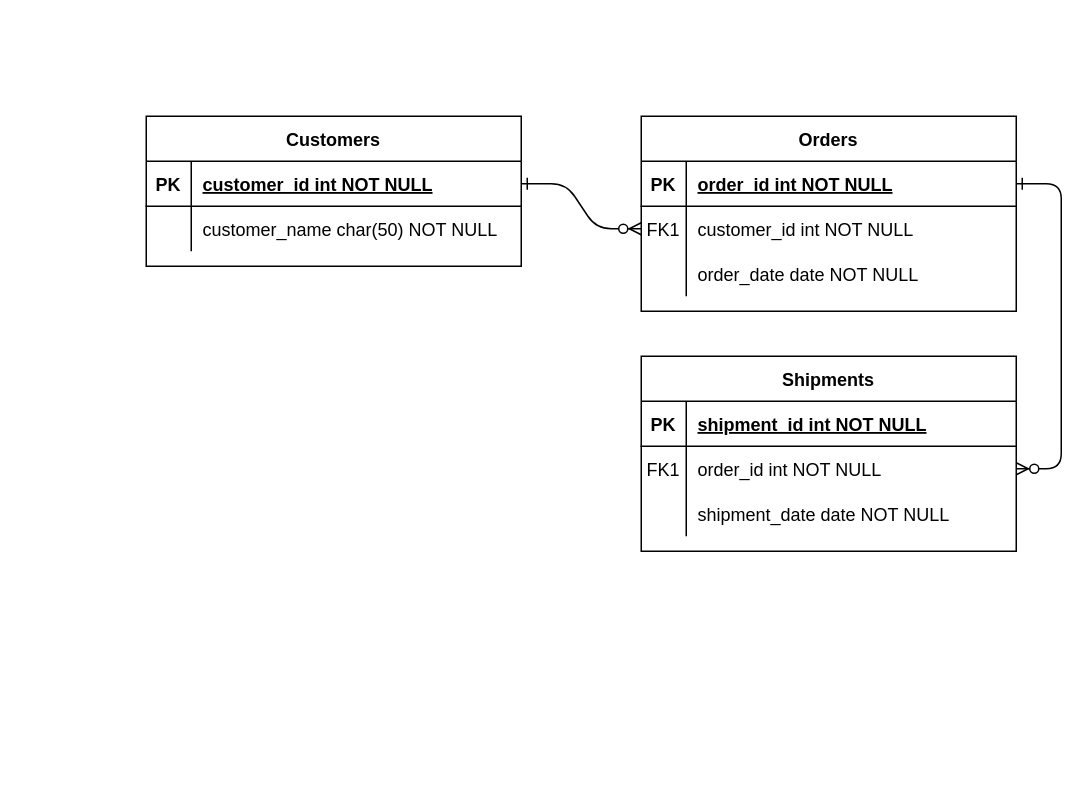
This is bd.drawio from cyberfantom2000/training_schedule_bot, a draw.io file, before an edit. Source tidied: cells renumbered, new cells numbered last; positions are measured from the earlier drawing's top-left corner, leaving out a move shared by most shapes. Both pictures are drawn from the tidied source at 150%, with x=0, y=0 at pixel (146, 116).
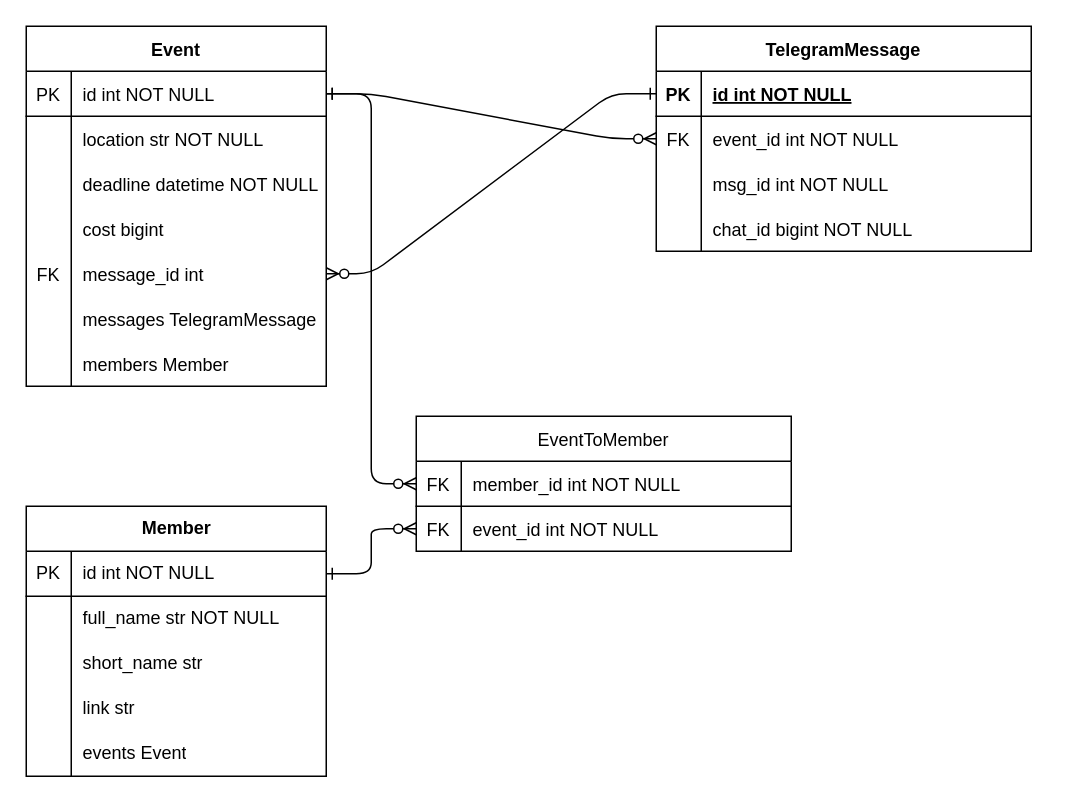
Above is the later version.

Unchanged cells that the change refers to:
```xml
<mxCell id="5" style="shape=partialRectangle;fillColor=none;points=[[0,0.5],[1,0.5]];portConstraint=eastwest;top=0;left=0;right=0;bottom=1;" parent="4" vertex="1">
  <mxGeometry y="30" width="250" height="30" as="geometry" />
</mxCell>
<mxCell id="8" style="shape=partialRectangle;fillColor=none;points=[[0,0.5],[1,0.5]];portConstraint=eastwest;top=0;left=0;right=0;bottom=0;" parent="4" vertex="1">
  <mxGeometry y="60" width="250" height="30" as="geometry" />
</mxCell>
<mxCell id="11" style="shape=partialRectangle;fillColor=none;top=0;left=0;right=0;bottom=0;" parent="4" vertex="1">
  <mxGeometry y="90" width="250" height="30" as="geometry" />
</mxCell>
```

The edit, as a diff of the source:
```diff
@@
-    <mxCell id="2" style="edgeStyle=entityRelationEdgeStyle;endArrow=ERzeroToMany;startArrow=ERone;endFill=1;startFill=0;" parent="1" edge="1" source="25" target="8">
-      <mxGeometry relative="1" as="geometry" />
-    </mxCell>
-    <mxCell id="3" style="edgeStyle=entityRelationEdgeStyle;endArrow=ERzeroToMany;startArrow=ERone;endFill=1;startFill=0;" parent="1" edge="1" source="5" target="18">
-      <mxGeometry relative="1" as="geometry" />
-    </mxCell>
-    <mxCell id="4" value="Orders" style="shape=table;startSize=30;childLayout=tableLayout;rowLines=0;fontStyle=1;align=center;" parent="1" vertex="1">
-      <mxGeometry x="330" width="250" height="130" as="geometry" />
+    <mxCell id="4" value="TelegramMessage" style="shape=table;startSize=30;childLayout=tableLayout;rowLines=0;fontStyle=1;align=center;" parent="1" vertex="1">
+      <mxGeometry x="340" y="-60" width="250" height="150" as="geometry" />
     </mxCell>
@@
-    <mxCell id="7" value="order_id int NOT NULL " style="shape=partialRectangle;overflow=hidden;fillColor=none;top=0;left=0;bottom=0;right=0;align=left;spacingLeft=6;fontStyle=5;" parent="5" vertex="1">
+    <mxCell id="7" value="id int NOT NULL" style="shape=partialRectangle;overflow=hidden;fillColor=none;top=0;left=0;bottom=0;right=0;align=left;spacingLeft=6;fontStyle=5;" parent="5" vertex="1">
       <mxGeometry x="30" width="220" height="30" as="geometry" />
     </mxCell>
@@
-    <mxCell id="9" value="FK1" style="shape=partialRectangle;overflow=hidden;fillColor=none;top=0;left=0;bottom=0;right=0;" parent="8" vertex="1">
+    <mxCell id="9" value="FK" style="shape=partialRectangle;overflow=hidden;fillColor=none;top=0;left=0;bottom=0;right=0;" parent="8" vertex="1">
       <mxGeometry width="30" height="30" as="geometry" />
     </mxCell>
-    <mxCell id="10" value="customer_id int NOT NULL" style="shape=partialRectangle;overflow=hidden;fillColor=none;top=0;left=0;bottom=0;right=0;align=left;spacingLeft=6;" parent="8" vertex="1">
+    <mxCell id="10" value="event_id int NOT NULL" style="shape=partialRectangle;overflow=hidden;fillColor=none;top=0;left=0;bottom=0;right=0;align=left;spacingLeft=6;" parent="8" vertex="1">
       <mxGeometry x="30" width="220" height="30" as="geometry" />
     </mxCell>
@@
-    <mxCell id="13" value="order_date date NOT NULL" style="shape=partialRectangle;overflow=hidden;fillColor=none;top=0;left=0;bottom=0;right=0;align=left;spacingLeft=6;" parent="11" vertex="1">
+    <mxCell id="13" value="msg_id int NOT NULL" style="shape=partialRectangle;overflow=hidden;fillColor=none;top=0;left=0;bottom=0;right=0;align=left;spacingLeft=6;" parent="11" vertex="1">
       <mxGeometry x="30" width="220" height="30" as="geometry" />
     </mxCell>
-    <mxCell id="14" value="Shipments" style="shape=table;startSize=30;childLayout=tableLayout;rowLines=0;fontStyle=1;align=center;" parent="1" vertex="1">
-      <mxGeometry x="330" y="160" width="250" height="130" as="geometry" />
-    </mxCell>
-    <mxCell id="15" style="shape=partialRectangle;fillColor=none;points=[[0,0.5],[1,0.5]];portConstraint=eastwest;top=0;left=0;right=0;bottom=1;" parent="14" vertex="1">
-      <mxGeometry y="30" width="250" height="30" as="geometry" />
-    </mxCell>
-    <mxCell id="16" value="PK" style="shape=partialRectangle;overflow=hidden;fillColor=none;top=0;left=0;bottom=0;right=0;fontStyle=1;" parent="15" vertex="1">
-      <mxGeometry width="30" height="30" as="geometry" />
-    </mxCell>
-    <mxCell id="17" value="shipment_id int NOT NULL " style="shape=partialRectangle;overflow=hidden;fillColor=none;top=0;left=0;bottom=0;right=0;align=left;spacingLeft=6;fontStyle=5;" parent="15" vertex="1">
-      <mxGeometry x="30" width="220" height="30" as="geometry" />
-    </mxCell>
-    <mxCell id="18" style="shape=partialRectangle;fillColor=none;points=[[0,0.5],[1,0.5]];portConstraint=eastwest;top=0;left=0;right=0;bottom=0;" parent="14" vertex="1">
-      <mxGeometry y="60" width="250" height="30" as="geometry" />
-    </mxCell>
-    <mxCell id="19" value="FK1" style="shape=partialRectangle;overflow=hidden;fillColor=none;top=0;left=0;bottom=0;right=0;" parent="18" vertex="1">
-      <mxGeometry width="30" height="30" as="geometry" />
-    </mxCell>
-    <mxCell id="20" value="order_id int NOT NULL" style="shape=partialRectangle;overflow=hidden;fillColor=none;top=0;left=0;bottom=0;right=0;align=left;spacingLeft=6;" parent="18" vertex="1">
-      <mxGeometry x="30" width="220" height="30" as="geometry" />
-    </mxCell>
-    <mxCell id="21" style="shape=partialRectangle;fillColor=none;top=0;left=0;right=0;bottom=0;" parent="14" vertex="1">
-      <mxGeometry y="90" width="250" height="30" as="geometry" />
-    </mxCell>
-    <mxCell id="22" style="shape=partialRectangle;overflow=hidden;fillColor=none;top=0;left=0;bottom=0;right=0;" parent="21" vertex="1">
-      <mxGeometry width="30" height="30" as="geometry" />
-    </mxCell>
-    <mxCell id="23" value="shipment_date date NOT NULL" style="shape=partialRectangle;overflow=hidden;fillColor=none;top=0;left=0;bottom=0;right=0;align=left;spacingLeft=6;" parent="21" vertex="1">
-      <mxGeometry x="30" width="220" height="30" as="geometry" />
-    </mxCell>
+    <mxCell id="31" style="shape=partialRectangle;fillColor=none;top=0;left=0;right=0;bottom=0;" parent="4" vertex="1">
+      <mxGeometry y="120" width="250" height="30" as="geometry" />
+    </mxCell>
+    <mxCell id="32" style="shape=partialRectangle;overflow=hidden;fillColor=none;top=0;left=0;bottom=0;right=0;" parent="31" vertex="1">
+      <mxGeometry width="30" height="30" as="geometry" />
+    </mxCell>
+    <mxCell id="33" value="chat_id bigint NOT NULL" style="shape=partialRectangle;overflow=hidden;fillColor=none;top=0;left=0;bottom=0;right=0;align=left;spacingLeft=6;" parent="31" vertex="1">
+      <mxGeometry x="30" width="220" height="30" as="geometry" />
+    </mxCell>
-    <mxCell id="24" value="Customers" style="shape=table;startSize=30;childLayout=tableLayout;rowLines=0;fontStyle=1;align=center;" parent="1" vertex="1">
-      <mxGeometry width="250" height="100" as="geometry" />
+    <mxCell id="24" value="Event" style="shape=table;startSize=30;childLayout=tableLayout;rowLines=0;fontStyle=1;align=center;perimeterSpacing=0;swimlaneLine=1;" parent="1" vertex="1">
+      <mxGeometry x="-80" y="-60" width="200" height="240" as="geometry" />
     </mxCell>
     <mxCell id="25" style="shape=partialRectangle;fillColor=none;points=[[0,0.5],[1,0.5]];portConstraint=eastwest;top=0;left=0;right=0;bottom=1;" parent="24" vertex="1">
-      <mxGeometry y="30" width="250" height="30" as="geometry" />
+      <mxGeometry y="30" width="200" height="30" as="geometry" />
     </mxCell>
-    <mxCell id="26" value="PK" style="shape=partialRectangle;overflow=hidden;fillColor=none;top=0;left=0;bottom=0;right=0;fontStyle=1;" parent="25" vertex="1">
+    <mxCell id="26" value="PK" style="shape=partialRectangle;overflow=hidden;fillColor=none;top=0;left=0;bottom=0;right=0;fontStyle=0;" parent="25" vertex="1">
       <mxGeometry width="30" height="30" as="geometry" />
     </mxCell>
-    <mxCell id="27" value="customer_id int NOT NULL " style="shape=partialRectangle;overflow=hidden;fillColor=none;top=0;left=0;bottom=0;right=0;align=left;spacingLeft=6;fontStyle=5;" parent="25" vertex="1">
-      <mxGeometry x="30" width="220" height="30" as="geometry" />
+    <mxCell id="27" value="id int NOT NULL " style="shape=partialRectangle;overflow=hidden;fillColor=none;top=0;left=0;bottom=0;right=0;align=left;spacingLeft=6;fontStyle=0;" parent="25" vertex="1">
+      <mxGeometry x="30" width="170" height="30" as="geometry" />
     </mxCell>
     <mxCell id="28" style="shape=partialRectangle;fillColor=none;top=0;left=0;right=0;bottom=0;" parent="24" vertex="1">
-      <mxGeometry y="60" width="250" height="30" as="geometry" />
+      <mxGeometry y="60" width="200" height="30" as="geometry" />
     </mxCell>
@@
-    <mxCell id="30" value="customer_name char(50) NOT NULL" style="shape=partialRectangle;overflow=hidden;fillColor=none;top=0;left=0;bottom=0;right=0;align=left;spacingLeft=6;" parent="28" vertex="1">
-      <mxGeometry x="30" width="220" height="30" as="geometry" />
+    <mxCell id="30" value="location str NOT NULL" style="shape=partialRectangle;overflow=hidden;fillColor=none;top=0;left=0;bottom=0;right=0;align=left;spacingLeft=6;strokeColor=default;perimeterSpacing=0;" parent="28" vertex="1">
+      <mxGeometry x="30" width="170" height="30" as="geometry" />
     </mxCell>
+    <mxCell id="34" style="shape=partialRectangle;fillColor=none;top=0;left=0;right=0;bottom=0;" parent="24" vertex="1">
+      <mxGeometry y="90" width="200" height="30" as="geometry" />
+    </mxCell>
+    <mxCell id="35" style="shape=partialRectangle;overflow=hidden;fillColor=none;top=0;left=0;bottom=0;right=0;" parent="34" vertex="1">
+      <mxGeometry width="30" height="30" as="geometry" />
+    </mxCell>
+    <mxCell id="36" value="deadline datetime NOT NULL" style="shape=partialRectangle;overflow=hidden;fillColor=none;top=0;left=0;bottom=0;right=0;align=left;spacingLeft=6;strokeColor=default;perimeterSpacing=0;" parent="34" vertex="1">
+      <mxGeometry x="30" width="170" height="30" as="geometry" />
+    </mxCell>
+    <mxCell id="37" style="shape=partialRectangle;fillColor=none;top=0;left=0;right=0;bottom=0;" parent="24" vertex="1">
+      <mxGeometry y="120" width="200" height="30" as="geometry" />
+    </mxCell>
+    <mxCell id="38" style="shape=partialRectangle;overflow=hidden;fillColor=none;top=0;left=0;bottom=0;right=0;" parent="37" vertex="1">
+      <mxGeometry width="30" height="30" as="geometry" />
+    </mxCell>
+    <mxCell id="39" value="cost bigint" style="shape=partialRectangle;overflow=hidden;fillColor=none;top=0;left=0;bottom=0;right=0;align=left;spacingLeft=6;strokeColor=default;perimeterSpacing=0;" parent="37" vertex="1">
+      <mxGeometry x="30" width="170" height="30" as="geometry" />
+    </mxCell>
+    <mxCell id="40" style="shape=partialRectangle;fillColor=none;points=[[0,0.5],[1,0.5]];portConstraint=eastwest;top=0;left=0;right=0;bottom=0;" parent="24" vertex="1">
+      <mxGeometry y="150" width="200" height="30" as="geometry" />
+    </mxCell>
+    <mxCell id="41" value="FK" style="shape=partialRectangle;overflow=hidden;fillColor=none;top=0;left=0;bottom=0;right=0;" parent="40" vertex="1">
+      <mxGeometry width="30" height="30" as="geometry" />
+    </mxCell>
+    <mxCell id="42" value="message_id int" style="shape=partialRectangle;overflow=hidden;fillColor=none;top=0;left=0;bottom=0;right=0;align=left;spacingLeft=6;strokeColor=default;perimeterSpacing=0;" parent="40" vertex="1">
+      <mxGeometry x="30" width="170" height="30" as="geometry" />
+    </mxCell>
+    <mxCell id="43" style="shape=partialRectangle;fillColor=none;top=0;left=0;right=0;bottom=0;" parent="24" vertex="1">
+      <mxGeometry y="180" width="200" height="30" as="geometry" />
+    </mxCell>
+    <mxCell id="44" style="shape=partialRectangle;overflow=hidden;fillColor=none;top=0;left=0;bottom=0;right=0;" parent="43" vertex="1">
+      <mxGeometry width="30" height="30" as="geometry" />
+    </mxCell>
+    <mxCell id="45" value="messages TelegramMessage" style="shape=partialRectangle;overflow=hidden;fillColor=none;top=0;left=0;bottom=0;right=0;align=left;spacingLeft=6;strokeColor=default;perimeterSpacing=0;" parent="43" vertex="1">
+      <mxGeometry x="30" width="170" height="30" as="geometry" />
+    </mxCell>
+    <mxCell id="46" style="shape=partialRectangle;fillColor=none;top=0;left=0;right=0;bottom=0;" parent="24" vertex="1">
+      <mxGeometry y="210" width="200" height="30" as="geometry" />
+    </mxCell>
+    <mxCell id="47" style="shape=partialRectangle;overflow=hidden;fillColor=none;top=0;left=0;bottom=0;right=0;" parent="46" vertex="1">
+      <mxGeometry width="30" height="30" as="geometry" />
+    </mxCell>
+    <mxCell id="48" value="members Member" style="shape=partialRectangle;overflow=hidden;fillColor=none;top=0;left=0;bottom=0;right=0;align=left;spacingLeft=6;strokeColor=default;perimeterSpacing=0;" parent="46" vertex="1">
+      <mxGeometry x="30" width="170" height="30" as="geometry" />
+    </mxCell>
+    <mxCell id="49" value="EventToMember" style="shape=table;startSize=30;childLayout=tableLayout;rowLines=0;align=center;" parent="1" vertex="1">
+      <mxGeometry x="180" y="200" width="250" height="90" as="geometry" />
+    </mxCell>
+    <mxCell id="15" style="shape=partialRectangle;fillColor=none;points=[[0,0.5],[1,0.5]];portConstraint=eastwest;top=0;left=0;right=0;bottom=1;" parent="49" vertex="1">
+      <mxGeometry y="30" width="250" height="30" as="geometry" />
+    </mxCell>
+    <mxCell id="50" value="FK" style="shape=partialRectangle;overflow=hidden;fillColor=none;top=0;left=0;bottom=0;right=0;fontStyle=0;" parent="15" vertex="1">
+      <mxGeometry width="30" height="30" as="geometry" />
+    </mxCell>
+    <mxCell id="51" value="member_id int NOT NULL " style="shape=partialRectangle;overflow=hidden;fillColor=none;top=0;left=0;bottom=0;right=0;align=left;spacingLeft=6;fontStyle=0;" parent="15" vertex="1">
+      <mxGeometry x="30" width="220" height="30" as="geometry" />
+    </mxCell>
+    <mxCell id="18" style="shape=partialRectangle;fillColor=none;points=[[0,0.5],[1,0.5]];portConstraint=eastwest;top=0;left=0;right=0;bottom=0;" parent="49" vertex="1">
+      <mxGeometry y="60" width="250" height="30" as="geometry" />
+    </mxCell>
+    <mxCell id="52" value="FK" style="shape=partialRectangle;overflow=hidden;fillColor=none;top=0;left=0;bottom=0;right=0;" parent="18" vertex="1">
+      <mxGeometry width="30" height="30" as="geometry" />
+    </mxCell>
+    <mxCell id="53" value="event_id int NOT NULL" style="shape=partialRectangle;overflow=hidden;fillColor=none;top=0;left=0;bottom=0;right=0;align=left;spacingLeft=6;" parent="18" vertex="1">
+      <mxGeometry x="30" width="220" height="30" as="geometry" />
+    </mxCell>
+    <mxCell id="54" style="edgeStyle=entityRelationEdgeStyle;endArrow=ERzeroToMany;startArrow=ERone;endFill=1;startFill=0;entryX=0;entryY=0.5;entryDx=0;entryDy=0;exitX=1;exitY=0.5;exitDx=0;exitDy=0;" parent="1" edge="1" source="25" target="15">
+      <mxGeometry relative="1" as="geometry" />
+    </mxCell>
+    <mxCell id="55" value="Member" style="shape=table;startSize=30;childLayout=tableLayout;rowLines=0;fontStyle=1;align=center;html=1;" parent="1" vertex="1">
+      <mxGeometry x="-80" y="260" width="200" height="180" as="geometry" />
+    </mxCell>
+    <mxCell id="56" style="shape=tableRow;horizontal=0;startSize=0;swimlaneHead=0;swimlaneBody=0;fillColor=none;points=[[0,0.5],[1,0.5]];portConstraint=eastwest;top=0;left=0;right=0;bottom=1;" parent="55" vertex="1">
+      <mxGeometry y="30" width="200" height="30" as="geometry" />
+    </mxCell>
+    <mxCell id="16" value="&lt;span style=&quot;font-weight: normal;&quot;&gt;PK&lt;/span&gt;" style="shape=partialRectangle;fillColor=none;top=0;left=0;bottom=0;right=0;fontStyle=1;overflow=hidden;whiteSpace=wrap;html=1;" parent="56" vertex="1">
+      <mxGeometry width="30" height="30" as="geometry" />
+    </mxCell>
+    <mxCell id="57" value="&lt;span style=&quot;&quot;&gt;id int NOT NULL&lt;/span&gt;" style="shape=partialRectangle;fillColor=none;top=0;left=0;bottom=0;right=0;align=left;spacingLeft=6;fontStyle=0;overflow=hidden;whiteSpace=wrap;html=1;" parent="56" vertex="1">
+      <mxGeometry x="30" width="170" height="30" as="geometry" />
+    </mxCell>
+    <mxCell id="58" style="shape=tableRow;horizontal=0;startSize=0;swimlaneHead=0;swimlaneBody=0;fillColor=none;top=0;left=0;right=0;bottom=0;" parent="55" vertex="1">
+      <mxGeometry y="60" width="200" height="30" as="geometry" />
+    </mxCell>
+    <mxCell id="59" style="shape=partialRectangle;fillColor=none;top=0;left=0;bottom=0;right=0;overflow=hidden;whiteSpace=wrap;html=1;" parent="58" vertex="1">
+      <mxGeometry width="30" height="30" as="geometry" />
+    </mxCell>
+    <mxCell id="60" value="full_name str NOT NULL" style="shape=partialRectangle;fillColor=none;top=0;left=0;bottom=0;right=0;align=left;spacingLeft=6;overflow=hidden;whiteSpace=wrap;html=1;" parent="58" vertex="1">
+      <mxGeometry x="30" width="170" height="30" as="geometry" />
+    </mxCell>
+    <mxCell id="61" style="shape=tableRow;horizontal=0;startSize=0;swimlaneHead=0;swimlaneBody=0;fillColor=none;top=0;left=0;right=0;bottom=0;" parent="55" vertex="1">
+      <mxGeometry y="90" width="200" height="30" as="geometry" />
+    </mxCell>
+    <mxCell id="62" style="shape=partialRectangle;fillColor=none;top=0;left=0;bottom=0;right=0;overflow=hidden;whiteSpace=wrap;html=1;" parent="61" vertex="1">
+      <mxGeometry width="30" height="30" as="geometry" />
+    </mxCell>
+    <mxCell id="63" value="short_name str" style="shape=partialRectangle;fillColor=none;top=0;left=0;bottom=0;right=0;align=left;spacingLeft=6;overflow=hidden;whiteSpace=wrap;html=1;" parent="61" vertex="1">
+      <mxGeometry x="30" width="170" height="30" as="geometry" />
+    </mxCell>
+    <mxCell id="64" style="shape=tableRow;horizontal=0;startSize=0;swimlaneHead=0;swimlaneBody=0;fillColor=none;top=0;left=0;right=0;bottom=0;" parent="55" vertex="1">
+      <mxGeometry y="120" width="200" height="30" as="geometry" />
+    </mxCell>
+    <mxCell id="65" style="shape=partialRectangle;fillColor=none;top=0;left=0;bottom=0;right=0;overflow=hidden;whiteSpace=wrap;html=1;" parent="64" vertex="1">
+      <mxGeometry width="30" height="30" as="geometry" />
+    </mxCell>
+    <mxCell id="66" value="link str" style="shape=partialRectangle;fillColor=none;top=0;left=0;bottom=0;right=0;align=left;spacingLeft=6;overflow=hidden;whiteSpace=wrap;html=1;" parent="64" vertex="1">
+      <mxGeometry x="30" width="170" height="30" as="geometry" />
+    </mxCell>
+    <mxCell id="67" style="shape=tableRow;horizontal=0;startSize=0;swimlaneHead=0;swimlaneBody=0;fillColor=none;top=0;left=0;right=0;bottom=0;" parent="55" vertex="1">
+      <mxGeometry y="150" width="200" height="30" as="geometry" />
+    </mxCell>
+    <mxCell id="68" style="shape=partialRectangle;fillColor=none;top=0;left=0;bottom=0;right=0;overflow=hidden;whiteSpace=wrap;html=1;" parent="67" vertex="1">
+      <mxGeometry width="30" height="30" as="geometry" />
+    </mxCell>
+    <mxCell id="69" value="events Event" style="shape=partialRectangle;fillColor=none;top=0;left=0;bottom=0;right=0;align=left;spacingLeft=6;overflow=hidden;whiteSpace=wrap;html=1;" parent="67" vertex="1">
+      <mxGeometry x="30" width="170" height="30" as="geometry" />
+    </mxCell>
+    <mxCell id="70" style="edgeStyle=entityRelationEdgeStyle;endArrow=ERzeroToMany;startArrow=ERone;endFill=1;startFill=0;entryX=0;entryY=0.5;entryDx=0;entryDy=0;exitX=1;exitY=0.5;exitDx=0;exitDy=0;" parent="1" edge="1" source="56" target="18">
+      <mxGeometry relative="1" as="geometry" />
+    </mxCell>
+    <mxCell id="2" style="edgeStyle=entityRelationEdgeStyle;endArrow=ERzeroToMany;startArrow=ERone;endFill=1;startFill=0;entryX=0;entryY=0.5;entryDx=0;entryDy=0;exitX=1;exitY=0.5;exitDx=0;exitDy=0;" parent="1" edge="1" source="25" target="8">
+      <mxGeometry relative="1" as="geometry">
+        <Array as="points">
+          <mxPoint x="290" y="-10" />
+          <mxPoint x="270" y="-20" />
+          <mxPoint x="260" y="-10" />
+        </Array>
+      </mxGeometry>
+    </mxCell>
+    <mxCell id="71" style="edgeStyle=entityRelationEdgeStyle;endArrow=ERzeroToMany;startArrow=ERone;endFill=1;startFill=0;entryX=1;entryY=0.5;entryDx=0;entryDy=0;exitX=0;exitY=0.5;exitDx=0;exitDy=0;" parent="1" edge="1" source="5" target="40">
+      <mxGeometry relative="1" as="geometry" />
+    </mxCell>
```
